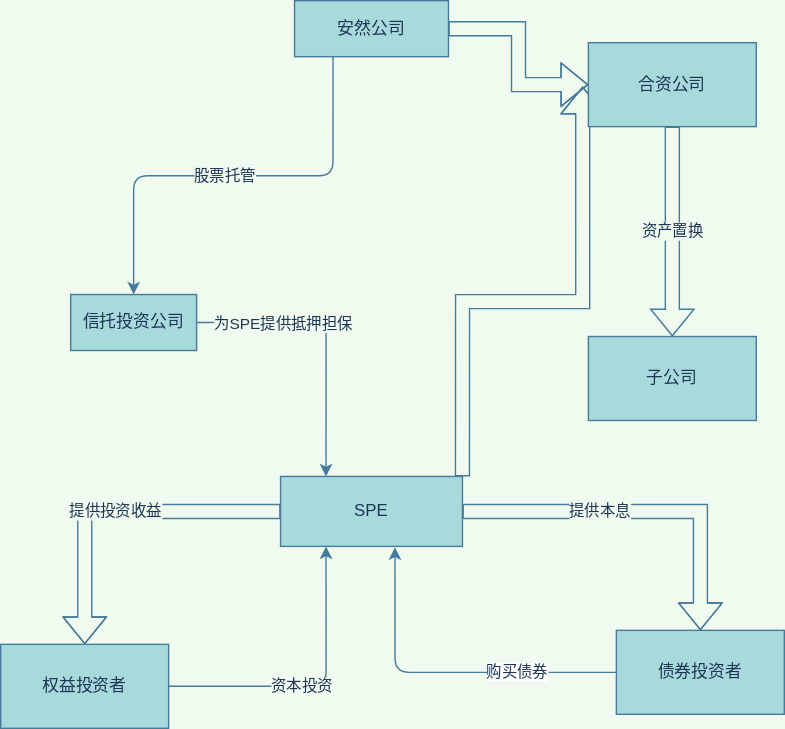
The draw.io diagram Enron.svg in ErnestDong/draw.io, before a commit. Source tidied: cells renumbered, new cells last; positions are measured from the earlier drawing's top-left corner, leaving out a move shared by most shapes.
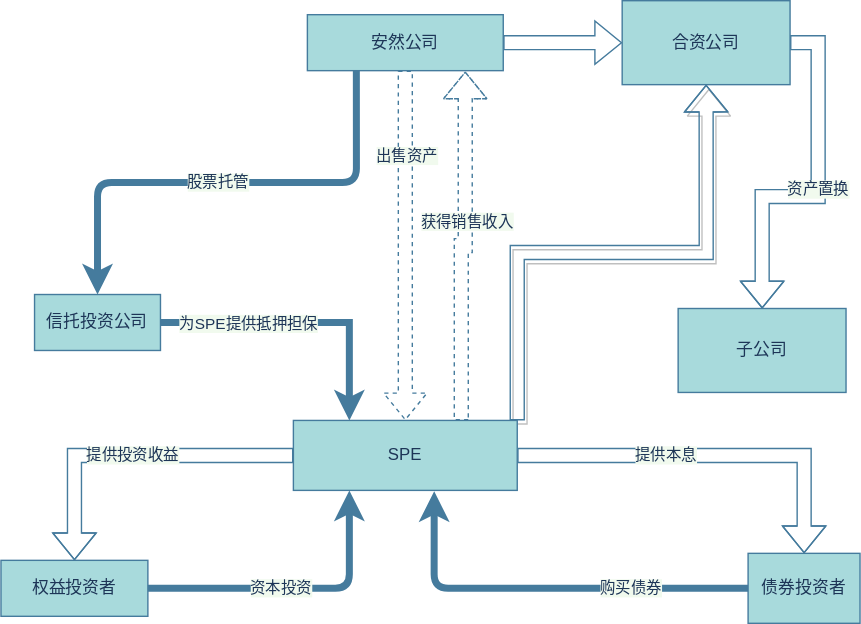
After the commit.

The edit, as a diff of the source:
```diff
@@ -1,71 +1,83 @@
-<mxGraphModel background="#F1FAEE">
+<mxGraphModel>
   <root>
     <mxCell id="0" />
     <mxCell id="1" parent="0" />
+    <mxCell id="23" style="edgeStyle=orthogonalEdgeStyle;rounded=0;jettySize=auto;html=1;entryX=0.5;entryY=0;entryDx=0;entryDy=0;shape=flexArrow;dashed=1;strokeColor=#457B9D;labelBackgroundColor=#F1FAEE;fontColor=#1D3557;" parent="1" edge="1" source="3" target="13">
+      <mxGeometry relative="1" as="geometry" />
+    </mxCell>
+    <mxCell id="24" value="出售资产" style="edgeLabel;html=1;align=center;verticalAlign=middle;fontColor=#1D3557;labelBackgroundColor=#F1FAEE;" parent="23" vertex="1">
+      <mxGeometry x="-0.52" relative="1" as="geometry" />
+    </mxCell>
-    <mxCell id="2" style="edgeStyle=orthogonalEdgeStyle;rounded=0;jettySize=auto;html=1;exitX=1;exitY=0.5;exitDx=0;exitDy=0;entryX=0;entryY=0.5;entryDx=0;entryDy=0;strokeColor=#457B9D;fontColor=#1D3557;labelBackgroundColor=#F1FAEE;shape=flexArrow;" parent="1" edge="1" source="3" target="21">
+    <mxCell id="2" style="edgeStyle=orthogonalEdgeStyle;rounded=0;jettySize=auto;html=1;exitX=1;exitY=0.5;exitDx=0;exitDy=0;entryX=0;entryY=0.5;entryDx=0;entryDy=0;shape=flexArrow;strokeColor=#457B9D;labelBackgroundColor=#F1FAEE;fontColor=#1D3557;" parent="1" edge="1" source="3" target="21">
       <mxGeometry relative="1" as="geometry" />
     </mxCell>
     <mxCell id="3" value="安然公司" style="rounded=0;whiteSpace=wrap;html=1;fillColor=#A8DADC;strokeColor=#457B9D;fontColor=#1D3557;" parent="1" vertex="1">
-      <mxGeometry x="210" width="110" height="40" as="geometry" />
+      <mxGeometry x="195" y="80" width="140" height="40" as="geometry" />
     </mxCell>
-    <mxCell id="4" style="endArrow=classic;html=1;exitX=0.25;exitY=1;exitDx=0;exitDy=0;entryX=0.5;entryY=0;entryDx=0;entryDy=0;strokeColor=#457B9D;fontColor=#1D3557;labelBackgroundColor=#F1FAEE;edgeStyle=orthogonalEdgeStyle;" parent="1" edge="1" source="3" target="8">
+    <mxCell id="4" style="endArrow=classic;html=1;exitX=0.25;exitY=1;exitDx=0;exitDy=0;entryX=0.5;entryY=0;entryDx=0;entryDy=0;edgeStyle=orthogonalEdgeStyle;strokeColor=#457B9D;labelBackgroundColor=#F1FAEE;fontColor=#1D3557;strokeWidth=5;" parent="1" edge="1" source="3" target="8">
       <mxGeometry relative="1" as="geometry" />
     </mxCell>
     <mxCell id="5" value="股票托管" style="edgeLabel;html=1;align=center;verticalAlign=middle;fontColor=#1D3557;labelBackgroundColor=#F1FAEE;" parent="4" vertex="1">
       <mxGeometry x="0.05" y="-1" relative="1" as="geometry" />
     </mxCell>
-    <mxCell id="6" style="edgeStyle=orthogonalEdgeStyle;rounded=0;jettySize=auto;html=1;entryX=0.25;entryY=0;entryDx=0;entryDy=0;strokeColor=#457B9D;fontColor=#1D3557;labelBackgroundColor=#F1FAEE;" parent="1" edge="1" source="8" target="13">
+    <mxCell id="6" style="edgeStyle=orthogonalEdgeStyle;rounded=0;jettySize=auto;html=1;entryX=0.25;entryY=0;entryDx=0;entryDy=0;strokeColor=#457B9D;labelBackgroundColor=#F1FAEE;fontColor=#1D3557;strokeWidth=5;" parent="1" edge="1" source="8" target="13">
       <mxGeometry relative="1" as="geometry" />
     </mxCell>
     <mxCell id="7" value="为SPE提供抵押担保" style="edgeLabel;html=1;align=center;verticalAlign=middle;fontColor=#1D3557;labelBackgroundColor=#F1FAEE;" parent="6" vertex="1">
       <mxGeometry x="-0.39" relative="1" as="geometry" />
     </mxCell>
     <mxCell id="8" value="信托投资公司" style="rounded=0;whiteSpace=wrap;html=1;fillColor=#A8DADC;strokeColor=#457B9D;fontColor=#1D3557;" parent="1" vertex="1">
-      <mxGeometry x="50" y="210" width="90" height="40" as="geometry" />
+      <mxGeometry y="280" width="90" height="40" as="geometry" />
     </mxCell>
-    <mxCell id="9" value="提供投资收益" style="edgeStyle=orthogonalEdgeStyle;rounded=0;jettySize=auto;html=1;strokeColor=#457B9D;fontColor=#1D3557;labelBackgroundColor=#F1FAEE;shape=flexArrow;" parent="1" edge="1" source="13" target="14">
+    <mxCell id="9" value="提供投资收益" style="edgeStyle=orthogonalEdgeStyle;rounded=0;jettySize=auto;html=1;shape=flexArrow;strokeColor=#457B9D;labelBackgroundColor=#F1FAEE;fontColor=#1D3557;" parent="1" edge="1" source="13" target="14">
       <mxGeometry relative="1" as="geometry" />
     </mxCell>
-    <mxCell id="10" style="edgeStyle=orthogonalEdgeStyle;rounded=0;jettySize=auto;html=1;strokeColor=#457B9D;fontColor=#1D3557;labelBackgroundColor=#F1FAEE;shape=flexArrow;" parent="1" edge="1" source="13" target="17">
+    <mxCell id="10" style="edgeStyle=orthogonalEdgeStyle;rounded=0;jettySize=auto;html=1;shape=flexArrow;strokeColor=#457B9D;labelBackgroundColor=#F1FAEE;fontColor=#1D3557;" parent="1" edge="1" source="13" target="17">
       <mxGeometry relative="1" as="geometry" />
     </mxCell>
     <mxCell id="11" value="提供本息" style="edgeLabel;html=1;align=center;verticalAlign=middle;fontColor=#1D3557;labelBackgroundColor=#F1FAEE;" parent="10" vertex="1">
       <mxGeometry x="-0.23" y="1" relative="1" as="geometry" />
     </mxCell>
+    <mxCell id="25" style="edgeStyle=orthogonalEdgeStyle;rounded=0;jettySize=auto;html=1;exitX=0.75;exitY=0;exitDx=0;exitDy=0;entryX=0.806;entryY=1.014;entryDx=0;entryDy=0;entryPerimeter=0;shape=flexArrow;dashed=1;strokeColor=#457B9D;labelBackgroundColor=#F1FAEE;fontColor=#1D3557;" parent="1" edge="1" source="13" target="3">
+      <mxGeometry relative="1" as="geometry" />
+    </mxCell>
+    <mxCell id="26" value="获得销售收入" style="edgeLabel;html=1;align=center;verticalAlign=middle;fontColor=#1D3557;labelBackgroundColor=#F1FAEE;" parent="25" vertex="1">
+      <mxGeometry x="0.16" y="-1" relative="1" as="geometry" />
+    </mxCell>
-    <mxCell id="12" style="edgeStyle=orthogonalEdgeStyle;rounded=0;jettySize=auto;html=1;exitX=1;exitY=0;exitDx=0;exitDy=0;entryX=-0.034;entryY=0.521;entryDx=0;entryDy=0;entryPerimeter=0;strokeColor=#457B9D;fontColor=#1D3557;labelBackgroundColor=#F1FAEE;shape=flexArrow;" parent="1" edge="1" source="13" target="21">
+    <mxCell id="12" style="edgeStyle=orthogonalEdgeStyle;shape=flexArrow;rounded=0;sketch=0;jettySize=auto;html=1;exitX=1;exitY=0;exitDx=0;exitDy=0;entryX=0.5;entryY=1;entryDx=0;entryDy=0;shadow=1;strokeColor=#457B9D;labelBackgroundColor=#F1FAEE;fontColor=#1D3557;" parent="1" edge="1" source="13" target="21">
       <mxGeometry relative="1" as="geometry" />
     </mxCell>
     <mxCell id="13" value="SPE" style="rounded=0;whiteSpace=wrap;html=1;fillColor=#A8DADC;strokeColor=#457B9D;fontColor=#1D3557;" parent="1" vertex="1">
-      <mxGeometry x="200" y="340" width="130" height="50" as="geometry" />
+      <mxGeometry x="185" y="370" width="160" height="50" as="geometry" />
     </mxCell>
     <mxCell id="14" value="权益投资者" style="whiteSpace=wrap;html=1;rounded=0;fillColor=#A8DADC;strokeColor=#457B9D;fontColor=#1D3557;" parent="1" vertex="1">
-      <mxGeometry y="460" width="120" height="60" as="geometry" />
+      <mxGeometry x="-24" y="470" width="105" height="40" as="geometry" />
     </mxCell>
-    <mxCell id="15" style="edgeStyle=orthogonalEdgeStyle;rounded=1;sketch=0;jettySize=auto;html=1;entryX=0.629;entryY=1.012;entryDx=0;entryDy=0;entryPerimeter=0;fontColor=#1D3557;strokeColor=#457B9D;fillColor=#A8DADC;labelBackgroundColor=#F1FAEE;" parent="1" edge="1" source="17" target="13">
+    <mxCell id="15" style="edgeStyle=orthogonalEdgeStyle;rounded=1;sketch=0;jettySize=auto;html=1;entryX=0.629;entryY=1.012;entryDx=0;entryDy=0;entryPerimeter=0;strokeColor=#457B9D;labelBackgroundColor=#F1FAEE;fontColor=#1D3557;strokeWidth=5;" parent="1" edge="1" source="17" target="13">
       <mxGeometry relative="1" as="geometry" />
     </mxCell>
-    <mxCell id="16" value="购买债券" style="edgeLabel;html=1;align=center;verticalAlign=middle;fontColor=#1D3557;" parent="15" vertex="1">
+    <mxCell id="16" value="购买债券" style="edgeLabel;html=1;align=center;verticalAlign=middle;fontColor=#1D3557;labelBackgroundColor=#F1FAEE;" parent="15" vertex="1">
       <mxGeometry x="-0.41" y="-1" relative="1" as="geometry">
         <mxPoint x="1" as="offset" />
       </mxGeometry>
     </mxCell>
     <mxCell id="17" value="债券投资者" style="whiteSpace=wrap;html=1;rounded=0;fillColor=#A8DADC;strokeColor=#457B9D;fontColor=#1D3557;" parent="1" vertex="1">
-      <mxGeometry x="440" y="450" width="120" height="60" as="geometry" />
+      <mxGeometry x="510" y="465" width="80" height="50" as="geometry" />
     </mxCell>
-    <mxCell id="18" style="endArrow=classic;html=1;exitX=1;exitY=0.5;exitDx=0;exitDy=0;entryX=0.25;entryY=1;entryDx=0;entryDy=0;fontColor=#1D3557;edgeStyle=orthogonalEdgeStyle;labelBackgroundColor=#F1FAEE;strokeColor=#457B9D;" parent="1" edge="1" source="14" target="13">
+    <mxCell id="18" style="endArrow=classic;html=1;exitX=1;exitY=0.5;exitDx=0;exitDy=0;entryX=0.25;entryY=1;entryDx=0;entryDy=0;edgeStyle=orthogonalEdgeStyle;strokeColor=#457B9D;labelBackgroundColor=#F1FAEE;fontColor=#1D3557;strokeWidth=5;" parent="1" edge="1" source="14" target="13">
       <mxGeometry relative="1" as="geometry" />
     </mxCell>
     <mxCell id="19" value="资本投资" style="edgeLabel;html=1;align=center;verticalAlign=middle;fontColor=#1D3557;labelBackgroundColor=#F1FAEE;" parent="18" vertex="1">
       <mxGeometry x="-0.12" y="1" relative="1" as="geometry" />
     </mxCell>
-    <mxCell id="20" value="资产置换" style="edgeStyle=orthogonalEdgeStyle;rounded=0;jettySize=auto;html=1;strokeColor=#457B9D;fontColor=#1D3557;labelBackgroundColor=#F1FAEE;shape=flexArrow;" parent="1" edge="1" source="21" target="22">
+    <mxCell id="20" value="资产置换" style="edgeStyle=orthogonalEdgeStyle;rounded=0;jettySize=auto;html=1;shape=flexArrow;exitX=1;exitY=0.5;exitDx=0;exitDy=0;strokeColor=#457B9D;labelBackgroundColor=#F1FAEE;fontColor=#1D3557;" parent="1" edge="1" source="21" target="22">
       <mxGeometry relative="1" as="geometry" />
     </mxCell>
     <mxCell id="21" value="合资公司" style="rounded=0;whiteSpace=wrap;html=1;fillColor=#A8DADC;strokeColor=#457B9D;fontColor=#1D3557;" parent="1" vertex="1">
-      <mxGeometry x="420" y="30" width="120" height="60" as="geometry" />
+      <mxGeometry x="420" y="70" width="120" height="60" as="geometry" />
     </mxCell>
     <mxCell id="22" value="子公司" style="rounded=0;whiteSpace=wrap;html=1;fillColor=#A8DADC;strokeColor=#457B9D;fontColor=#1D3557;" parent="1" vertex="1">
-      <mxGeometry x="420" y="240" width="120" height="60" as="geometry" />
+      <mxGeometry x="460" y="290" width="120" height="60" as="geometry" />
     </mxCell>
   </root>
 </mxGraphModel>
```
